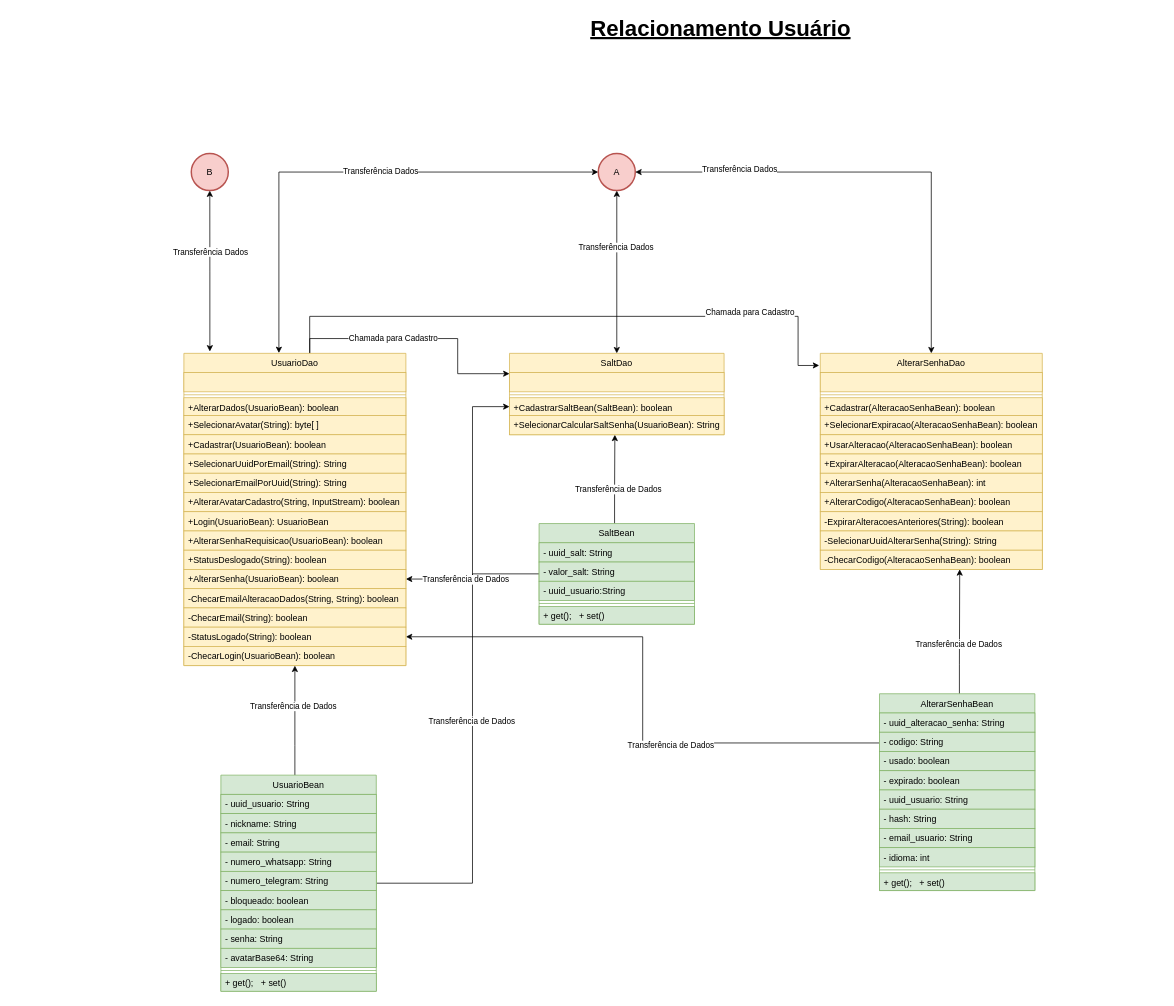
Above: page "Relacionamento Usuário" (3 of 7) of TCC/Classes.drawio in CSFelix/UML (draw.io), before the change. Source tidied: cells renumbered, new cells numbered last; positions are measured from the earlier drawing's top-left corner, leaving out a move shared by most shapes. Both pictures are drawn from the tidied source at 74%, with x=0, y=0 at pixel (184, 13).
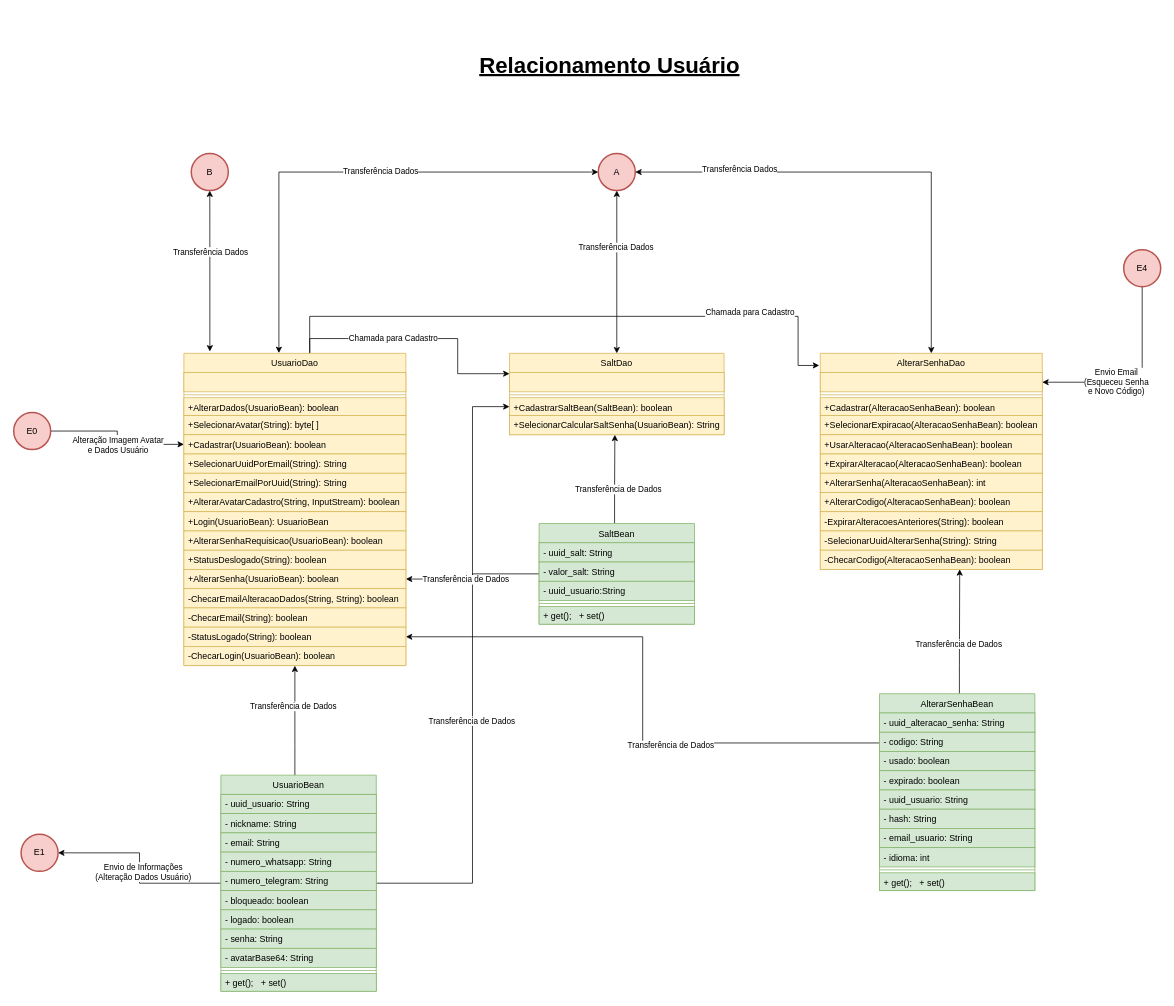
Above is the later version.

The change refers to these unchanged cells:
```xml
<mxCell id="7" value="UsuarioBean" style="swimlane;fontStyle=0;align=center;verticalAlign=top;horizontal=1;startSize=26;rounded=0;shadow=0;strokeWidth=1;fillColor=#d5e8d4;strokeColor=#82b366;" parent="1" vertex="1">
  <mxGeometry x="50" y="1030" width="210" height="292" as="geometry" />
</mxCell>
<mxCell id="54" style="text;align=left;verticalAlign=top;spacingLeft=4;spacingRight=4;overflow=hidden;points=[[0,0.5],[1,0.5]];portConstraint=eastwest;rounded=0;shadow=0;html=0;fillColor=#fff2cc;strokeColor=#d6b656;" parent="53" vertex="1">
  <mxGeometry y="26" width="300" height="26" as="geometry" />
</mxCell>
<mxCell id="78" value="+Cadastrar(UsuarioBean): boolean" style="text;align=left;verticalAlign=top;spacingLeft=4;spacingRight=4;overflow=hidden;points=[[0,0.5],[1,0.5]];portConstraint=eastwest;rounded=0;shadow=0;html=0;fillColor=#fff2cc;strokeColor=#d6b656;" parent="73" vertex="1">
  <mxGeometry y="110" width="300" height="26" as="geometry" />
</mxCell>
```

What changed in the source:
```diff
@@
     <mxCell id="2" value="Relacionamento Usuário" style="text;html=1;align=center;verticalAlign=middle;rounded=0;fontStyle=5;dashed=1;shadow=0;sketch=0;glass=0;fontSize=30;direction=west;rotation=0;" parent="1" vertex="1">
-      <mxGeometry x="540" width="370" height="40" as="geometry" />
+      <mxGeometry x="390" y="50" width="370" height="40" as="geometry" />
     </mxCell>
@@
+    <mxCell id="92" style="edgeStyle=orthogonalEdgeStyle;rounded=0;jettySize=auto;html=1;entryX=1;entryY=0.5;entryDx=0;entryDy=0;entryPerimeter=0;startArrow=none;startFill=0;" parent="1" edge="1" source="7" target="97">
+      <mxGeometry relative="1" as="geometry" />
+    </mxCell>
+    <mxCell id="93" value="Envio de Informações&lt;br&gt;(Alteração Dados Usuário)" style="edgeLabel;html=1;align=center;verticalAlign=middle;" parent="92" vertex="1">
+      <mxGeometry x="-0.19" relative="1" as="geometry">
+        <mxPoint y="-16" as="offset" />
+      </mxGeometry>
+    </mxCell>
@@
+    <mxCell id="94" style="edgeStyle=orthogonalEdgeStyle;rounded=0;jettySize=auto;html=1;startArrow=none;startFill=0;fontColor=#f8f8ff;" parent="1" edge="1" source="96" target="78">
+      <mxGeometry relative="1" as="geometry" />
+    </mxCell>
+    <mxCell id="95" value="&lt;font color=&quot;#000000&quot;&gt;Alteração Imagem Avatar&lt;br&gt;e Dados Usuário&lt;br&gt;&lt;/font&gt;" style="edgeLabel;html=1;align=center;verticalAlign=middle;fontColor=#f8f8ff;" parent="94" vertex="1">
+      <mxGeometry x="-0.34" y="2" relative="1" as="geometry">
+        <mxPoint x="25" y="20" as="offset" />
+      </mxGeometry>
+    </mxCell>
+    <mxCell id="96" value="E0" style="strokeWidth=2;html=1;shape=mxgraph.flowchart.start_2;whiteSpace=wrap;fillColor=#f8cecc;strokeColor=#b85450;" parent="1" vertex="1">
+      <mxGeometry x="-230" y="540" width="50" height="50" as="geometry" />
+    </mxCell>
+    <mxCell id="97" value="E1" style="strokeWidth=2;html=1;shape=mxgraph.flowchart.start_2;whiteSpace=wrap;fillColor=#f8cecc;strokeColor=#b85450;" parent="1" vertex="1">
+      <mxGeometry x="-220" y="1110" width="50" height="50" as="geometry" />
+    </mxCell>
+    <mxCell id="98" style="edgeStyle=orthogonalEdgeStyle;rounded=0;jettySize=auto;html=1;startArrow=none;startFill=0;" parent="1" edge="1" source="100" target="54">
+      <mxGeometry relative="1" as="geometry" />
+    </mxCell>
+    <mxCell id="99" value="Envio Email&lt;br&gt;(Esqueceu Senha&lt;br&gt;e Novo Código)" style="edgeLabel;html=1;align=center;verticalAlign=middle;" parent="98" vertex="1">
+      <mxGeometry x="0.25" y="-1" relative="1" as="geometry" />
+    </mxCell>
+    <mxCell id="100" value="E4" style="strokeWidth=2;html=1;shape=mxgraph.flowchart.start_2;whiteSpace=wrap;fillColor=#f8cecc;strokeColor=#b85450;" parent="1" vertex="1">
+      <mxGeometry x="1270" y="320" width="50" height="50" as="geometry" />
+    </mxCell>
```
